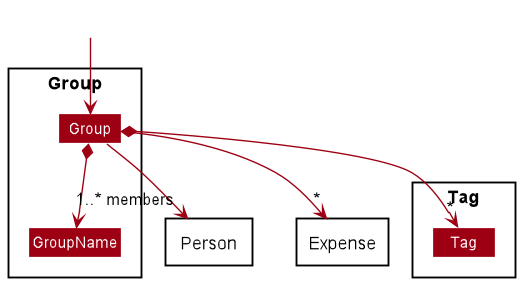
The PlantUML diagram docs/images/GroupClassDiagram.png in ramapriyan912001/tp, before a commit.
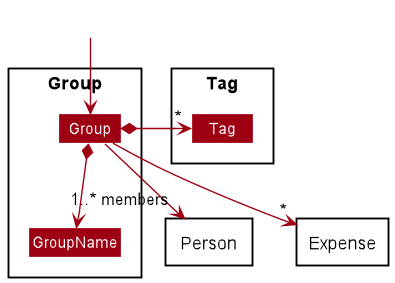
After the commit.

Diff of the diagram source:
```diff
@@ -23,7 +23,7 @@
 HiddenOutside --> Group
 
 Group *--> GroupName
-Group *--> "*" Tag
+Group *-right-> "*" Tag
 Group --> "1..* members" Person
 Group --> "*" Expense
 
```
